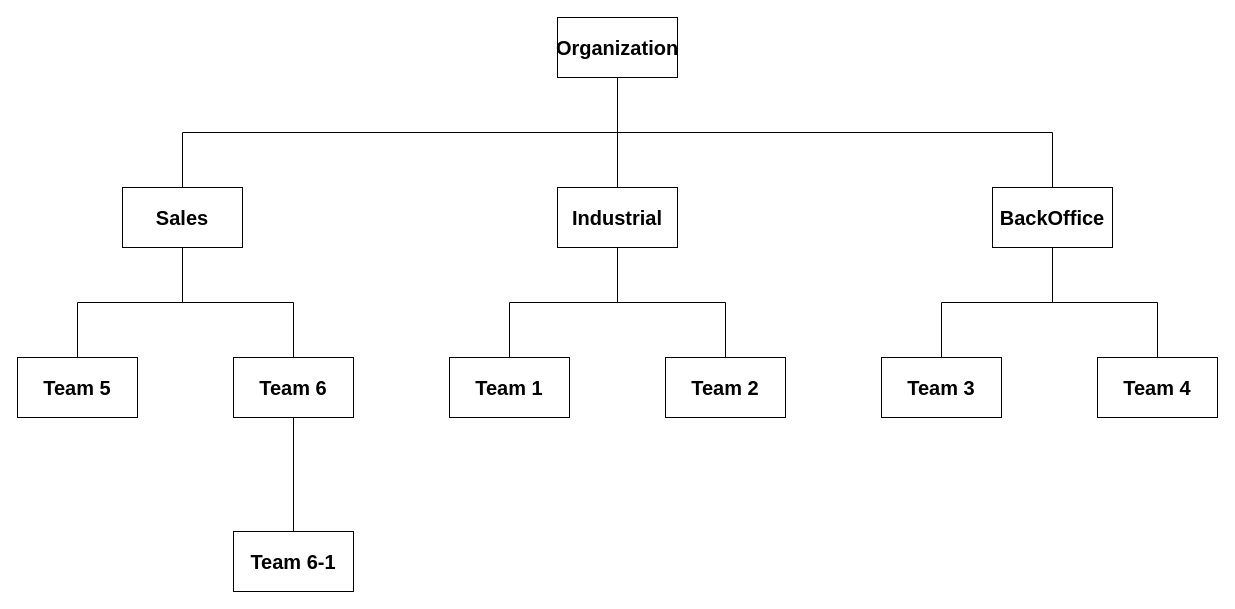
Above: page "GovernanceView" (1 of 5) of repo_files/NetworkExample.drawio in AlanGanem/ManageNetsMVP (draw.io), before the change. Source tidied: cells renumbered, new cells numbered last; positions are measured from the earlier drawing's top-left corner, leaving out a move shared by most shapes. Both pictures are drawn from the tidied source at 100%, with x=0, y=0 at pixel (17, 17).
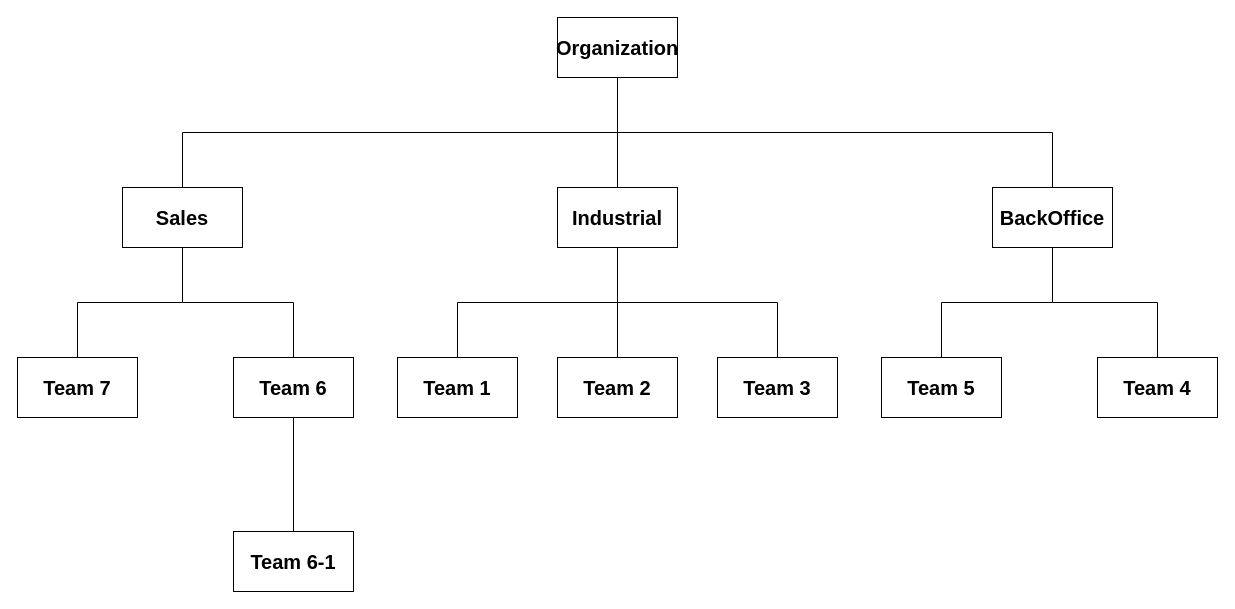
The same diagram, later.

Unchanged cells that the change refers to:
```xml
<mxCell id="11" value="&lt;b style=&quot;font-size: 20px&quot;&gt;Industrial&lt;/b&gt;" style="rounded=0;whiteSpace=wrap;html=1;" parent="1" vertex="1">
  <mxGeometry x="540" y="170" width="120" height="60" as="geometry" />
</mxCell>
```

The edit, as a diff of the source:
```diff
@@
+    <mxCell id="23" style="edgeStyle=orthogonalEdgeStyle;rounded=0;jettySize=auto;html=1;exitX=0.5;exitY=1;exitDx=0;exitDy=0;entryX=0.5;entryY=0;entryDx=0;entryDy=0;endArrow=none;endFill=0;" parent="1" edge="1" source="11" target="24">
+      <mxGeometry relative="1" as="geometry" />
+    </mxCell>
@@
     <mxCell id="15" value="&lt;b style=&quot;font-size: 20px&quot;&gt;Team 1&lt;/b&gt;" style="rounded=0;whiteSpace=wrap;html=1;" parent="1" vertex="1">
-      <mxGeometry x="432" y="340" width="120" height="60" as="geometry" />
+      <mxGeometry x="380" y="340" width="120" height="60" as="geometry" />
     </mxCell>
     <mxCell id="16" value="&lt;b style=&quot;font-size: 20px&quot;&gt;Team 2&lt;/b&gt;" style="rounded=0;whiteSpace=wrap;html=1;" parent="1" vertex="1">
-      <mxGeometry x="648" y="340" width="120" height="60" as="geometry" />
+      <mxGeometry x="540" y="340" width="120" height="60" as="geometry" />
     </mxCell>
@@
-    <mxCell id="18" value="&lt;b style=&quot;font-size: 20px&quot;&gt;Team 3&lt;/b&gt;" style="rounded=0;whiteSpace=wrap;html=1;" parent="1" vertex="1">
+    <mxCell id="18" value="&lt;b style=&quot;font-size: 20px&quot;&gt;Team 5&lt;/b&gt;" style="rounded=0;whiteSpace=wrap;html=1;" parent="1" vertex="1">
       <mxGeometry x="864" y="340" width="120" height="60" as="geometry" />
     </mxCell>
-    <mxCell id="19" value="&lt;b style=&quot;font-size: 20px&quot;&gt;Team 5&lt;/b&gt;" style="rounded=0;whiteSpace=wrap;html=1;" parent="1" vertex="1">
+    <mxCell id="19" value="&lt;b style=&quot;font-size: 20px&quot;&gt;Team 7&lt;/b&gt;" style="rounded=0;whiteSpace=wrap;html=1;" parent="1" vertex="1">
       <mxGeometry y="340" width="120" height="60" as="geometry" />
     </mxCell>
@@
+    <mxCell id="24" value="&lt;b style=&quot;font-size: 20px&quot;&gt;Team 3&lt;/b&gt;" style="rounded=0;whiteSpace=wrap;html=1;" parent="1" vertex="1">
+      <mxGeometry x="700" y="340" width="120" height="60" as="geometry" />
+    </mxCell>
```
